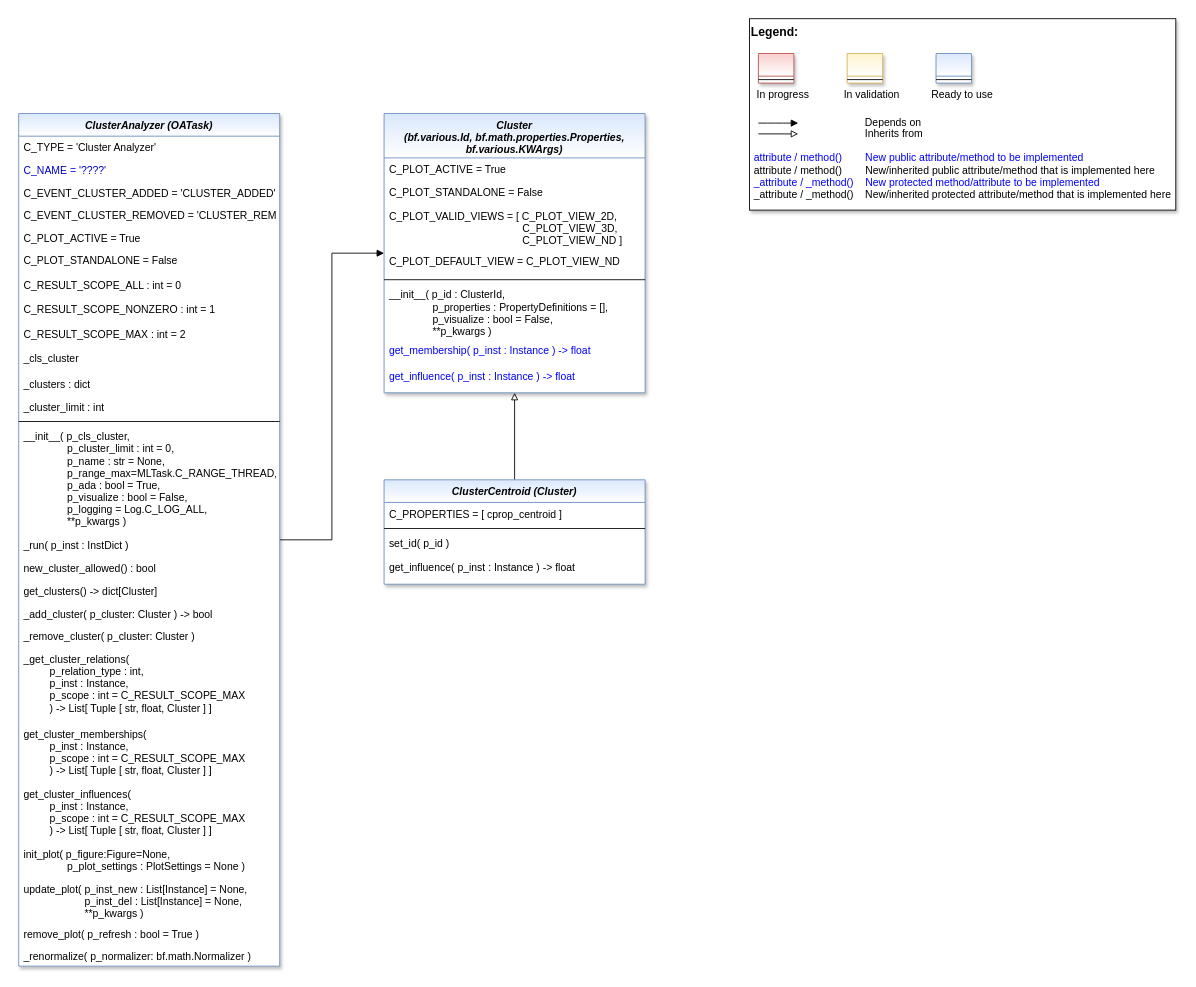
This is doc/rtd/content/99_appendices/appendix2/sub/pool/mlpro_oa/streams/tasks/images/MLPro-OA-Cluster_Analyzers_class_diagram.drawio from fhswf/MLPro, a draw.io file, before an edit. Source tidied: cells renumbered, new cells numbered last; positions are measured from the earlier drawing's top-left corner, leaving out a move shared by most shapes. Both pictures are drawn from the tidied source at 87%, with x=0, y=0 at pixel (18, 18).
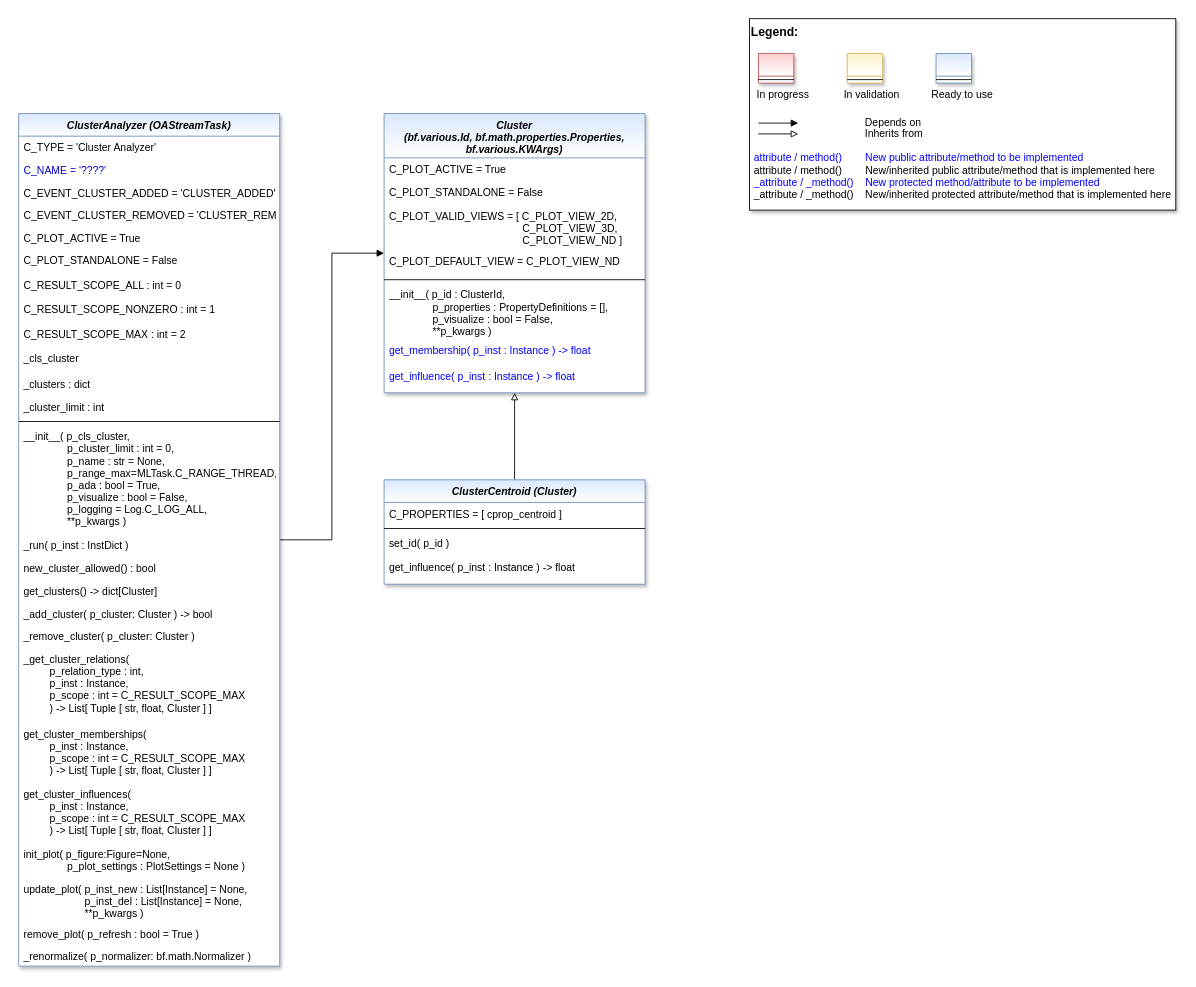
The same diagram, later.

Change to the diagram source:
```diff
@@
-    <mxCell id="3" value="ClusterAnalyzer (OATask)" style="swimlane;fontStyle=3;align=center;verticalAlign=top;horizontal=1;startSize=26;rounded=0;shadow=1;strokeWidth=1;fillColor=#dae8fc;strokeColor=#6c8ebf;swimlaneFillColor=#ffffff;gradientColor=#FFFFFF;" parent="1" vertex="1">
+    <mxCell id="3" value="ClusterAnalyzer (OAStreamTask)" style="swimlane;fontStyle=3;align=center;verticalAlign=top;horizontal=1;startSize=26;rounded=0;shadow=1;strokeWidth=1;fillColor=#dae8fc;strokeColor=#6c8ebf;swimlaneFillColor=#ffffff;gradientColor=#FFFFFF;" parent="1" vertex="1">
       <mxGeometry y="109" width="300" height="980" as="geometry" />
     </mxCell>
```
